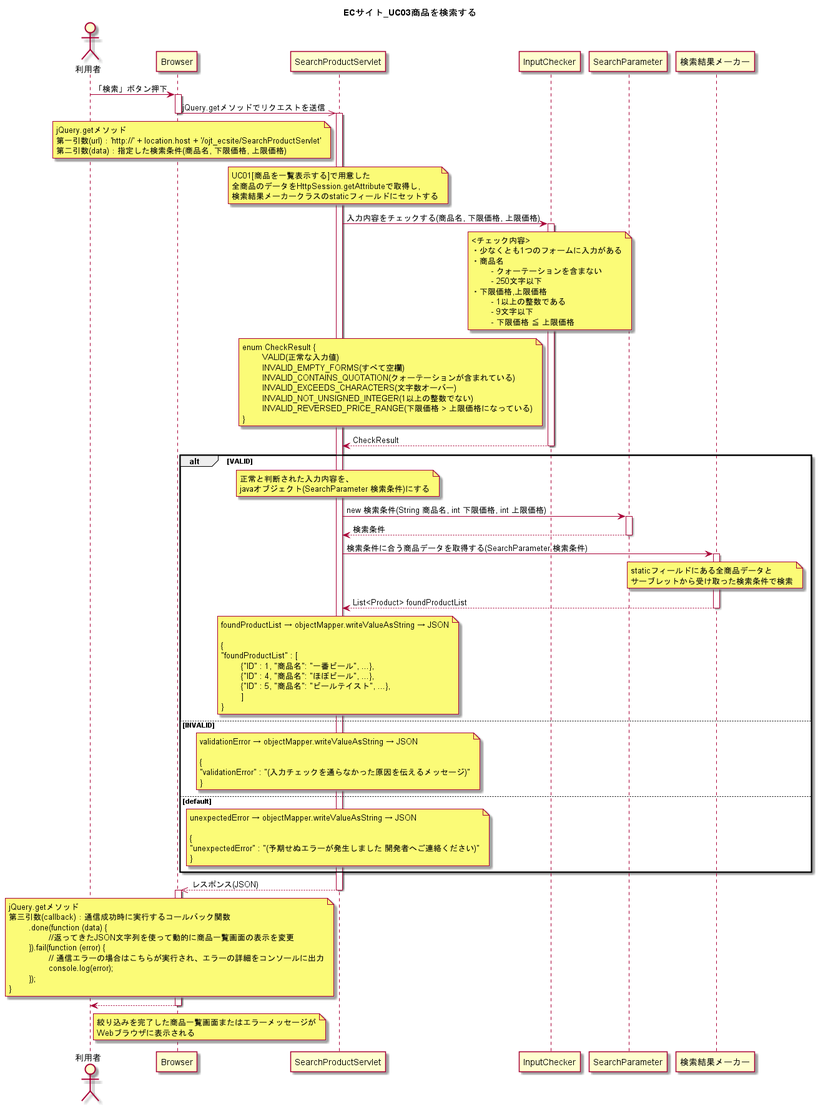
Above: UML/ECサイト_UC03商品を検索する.png in wnakayama/ojt_ecsite (PlantUML), before the change.
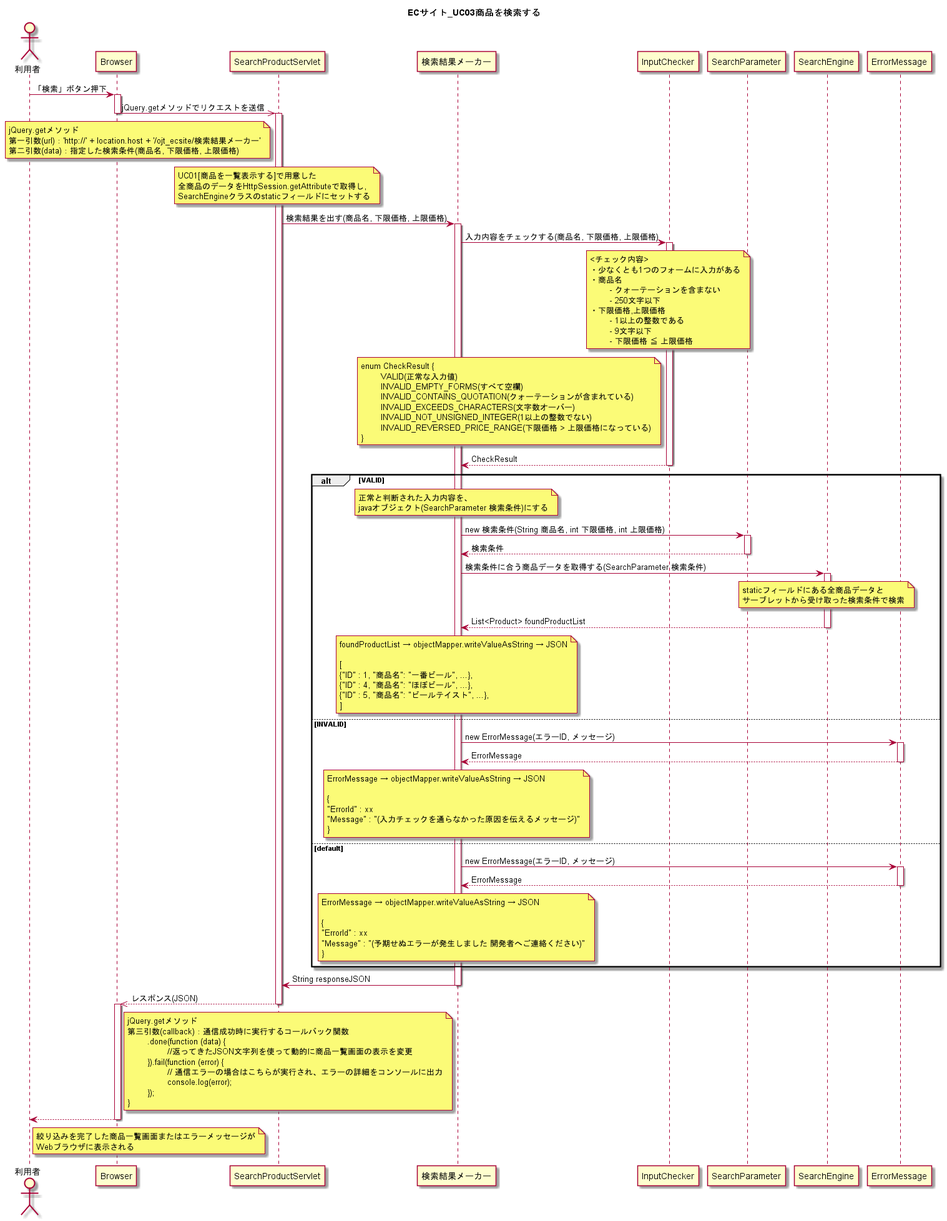
Above is the later version.

Diff of the diagram source:
```diff
@@ -12,17 +12,20 @@
 
 	note left of SearchProductServlet
 	jQuery.getメソッド
-	第一引数(url)：'http://' + location.host + '/ojt_ecsite/SearchProductServlet'
+	第一引数(url)：'http://' + location.host + '/ojt_ecsite/検索結果メーカー'
 	第二引数(data)：指定した検索条件(商品名, 下限価格, 上限価格)
 	end note
 
 	note over SearchProductServlet
 	UC01[商品を一覧表示する]で用意した
 	全商品のデータをHttpSession.getAttributeで取得し,
-	検索結果メーカークラスのstaticフィールドにセットする
+	SearchEngineクラスのstaticフィールドにセットする
 	end note
 
-SearchProductServlet -> InputChecker : 入力内容をチェックする(商品名, 下限価格, 上限価格)
+SearchProductServlet -> 検索結果メーカー : 検索結果を出す(商品名, 下限価格, 上限価格)
+activate 検索結果メーカー
+
+検索結果メーカー -> InputChecker : 入力内容をチェックする(商品名, 下限価格, 上限価格)
 activate InputChecker
 
 	note over InputChecker
@@ -48,72 +51,84 @@
 	}
 	end note
 
-SearchProductServlet <-- InputChecker : CheckResult
+検索結果メーカー <-- InputChecker : CheckResult
 deactivate InputChecker
 
 
 alt VALID
 
-	note over SearchProductServlet
+	note over 検索結果メーカー
 	正常と判断された入力内容を、
 	javaオブジェクト(SearchParameter 検索条件)にする
 	end note
 
-SearchProductServlet -> SearchParameter : new 検索条件(String 商品名, int 下限価格, int 上限価格)
+検索結果メーカー -> SearchParameter : new 検索条件(String 商品名, int 下限価格, int 上限価格)
 activate SearchParameter
-SearchProductServlet <-- SearchParameter : 検索条件
+検索結果メーカー <-- SearchParameter : 検索条件
 deactivate SearchParameter
 
-SearchProductServlet -> 検索結果メーカー : 検索条件に合う商品データを取得する(SearchParameter 検索条件)
-activate 検索結果メーカー
+検索結果メーカー -> SearchEngine : 検索条件に合う商品データを取得する(SearchParameter 検索条件)
+activate SearchEngine
 
-	note over 検索結果メーカー
+	note over SearchEngine
 	staticフィールドにある全商品データと
 	サーブレットから受け取った検索条件で検索
 	end note
 
-SearchProductServlet <-- 検索結果メーカー : List<Product> foundProductList
-deactivate 検索結果メーカー
+検索結果メーカー <-- SearchEngine : List<Product> foundProductList
+deactivate SearchEngine
 
-	note over SearchProductServlet
+	note over 検索結果メーカー
 	foundProductList → objectMapper.writeValueAsString → JSON
 
-	{
-	"foundProductList" : [
-		{"ID" : 1, "商品名": "一番ビール", ...},
-		{"ID" : 4, "商品名": "ほぼビール", ...},
-		{"ID" : 5, "商品名": "ビールテイスト", ...},
-		]
-	}
+	[
+	{"ID" : 1, "商品名": "一番ビール", ...},
+	{"ID" : 4, "商品名": "ほぼビール", ...},
+	{"ID" : 5, "商品名": "ビールテイスト", ...},
+	]
 	end note
 
 else INVALID
 
-	note over SearchProductServlet
-	validationError → objectMapper.writeValueAsString → JSON
+検索結果メーカー -> ErrorMessage : new ErrorMessage(エラーID, メッセージ)
+activate ErrorMessage
+検索結果メーカー <-- ErrorMessage : ErrorMessage
+deactivate ErrorMessage
+
+	note over 検索結果メーカー
+	ErrorMessage → objectMapper.writeValueAsString → JSON
 
 	{
-	"validationError" : "(入力チェックを通らなかった原因を伝えるメッセージ)"
+	"ErrorId" : xx
+	"Message" : "(入力チェックを通らなかった原因を伝えるメッセージ)"
 	}
 	end note
 
 else default
 
-	note over SearchProductServlet
-	unexpectedError → objectMapper.writeValueAsString → JSON
+検索結果メーカー -> ErrorMessage : new ErrorMessage(エラーID, メッセージ)
+activate ErrorMessage
+検索結果メーカー <-- ErrorMessage : ErrorMessage
+deactivate ErrorMessage
+
+	note over 検索結果メーカー
+	ErrorMessage → objectMapper.writeValueAsString → JSON
 
 	{
-	"unexpectedError" : "(予期せぬエラーが発生しました 開発者へご連絡ください)"
+	"ErrorId" : xx
+	"Message" : "(予期せぬエラーが発生しました 開発者へご連絡ください)"
 	}
 	end note
 
 end
 
+SearchProductServlet <- 検索結果メーカー : String responseJSON
+deactivate 検索結果メーカー
 Browser <<-- SearchProductServlet : レスポンス(JSON)
 deactivate SearchProductServlet
 activate Browser
 
-	note left of SearchProductServlet
+	note left of 検索結果メーカー
 	jQuery.getメソッド
 	第三引数(callback)：通信成功時に実行するコールバック関数
 		.done(function (data) {
```
